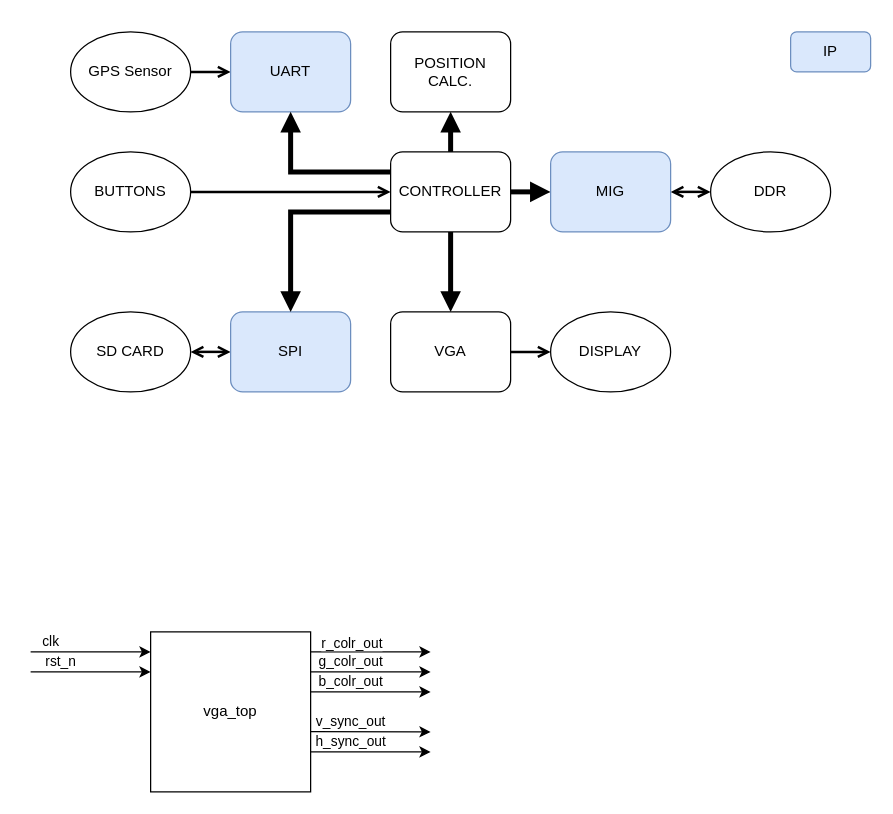
T-Szymk/VGA_Controller keeps this draw.io diagram as page "top_arch_V1" (1 of 2) of docs/top_lvl_block_diagram.drawio. Above is the earlier version. Source tidied: cells renumbered, new cells numbered last; positions are measured from the earlier drawing's top-left corner, leaving out a move shared by most shapes. Both pictures are drawn from the tidied source at 125%, with x=0, y=0 at pixel (30, 31).
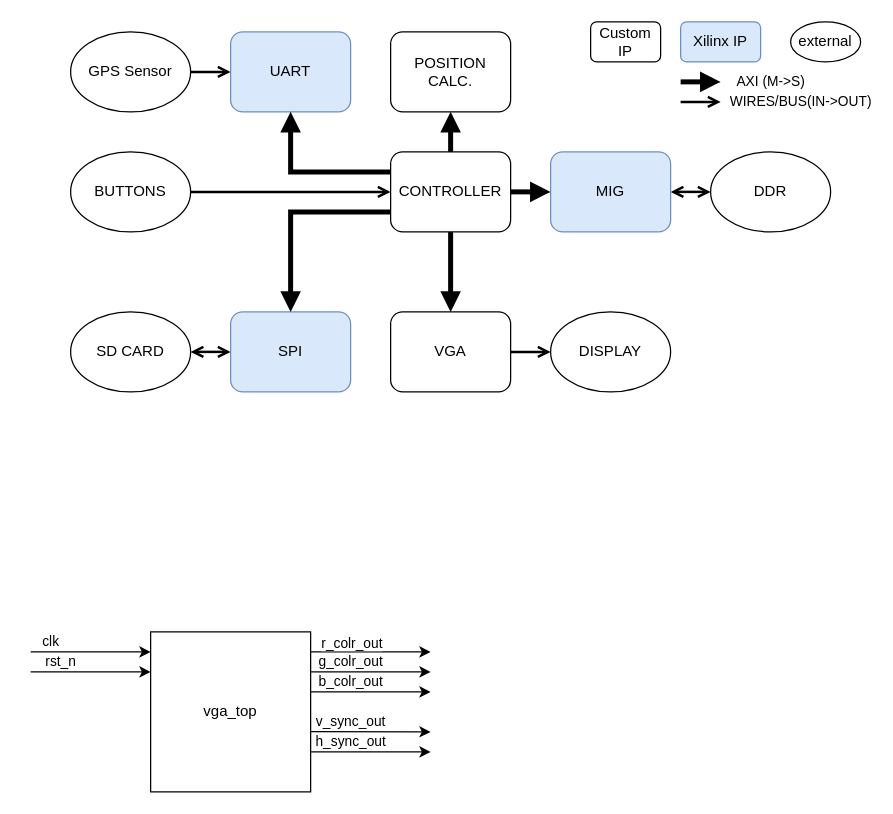
The same diagram, later.

Commit message:
updated architecture diagram

What changed in the source:
```diff
@@
-    <mxCell id="32" value="IP" style="rounded=1;whiteSpace=wrap;html=1;fillColor=#dae8fc;strokeColor=#6c8ebf;" parent="1" vertex="1">
-      <mxGeometry x="608" width="64" height="32" as="geometry" />
+    <mxCell id="32" value="Xilinx IP" style="rounded=1;whiteSpace=wrap;html=1;fillColor=#dae8fc;strokeColor=#6c8ebf;" parent="1" vertex="1">
+      <mxGeometry x="520" y="-8" width="64" height="32" as="geometry" />
     </mxCell>
+    <mxCell id="33" value="AXI (M-&amp;gt;S)" style="edgeStyle=orthogonalEdgeStyle;rounded=0;orthogonalLoop=1;jettySize=auto;html=1;entryX=0;entryY=0.5;entryDx=0;entryDy=0;strokeWidth=4;endArrow=block;endFill=1;exitX=1;exitY=0.5;exitDx=0;exitDy=0;" parent="1" edge="1">
+      <mxGeometry x="1" y="40" relative="1" as="geometry">
+        <mxPoint x="520" y="40" as="sourcePoint" />
+        <mxPoint x="552" y="40" as="targetPoint" />
+        <mxPoint x="40" y="40" as="offset" />
+      </mxGeometry>
+    </mxCell>
+    <mxCell id="34" value="WIRES/BUS(IN-&amp;gt;OUT)" style="edgeStyle=orthogonalEdgeStyle;rounded=0;orthogonalLoop=1;jettySize=auto;html=1;exitX=1;exitY=0.5;exitDx=0;exitDy=0;entryX=0;entryY=0.5;entryDx=0;entryDy=0;startArrow=none;startFill=0;endArrow=open;endFill=0;strokeWidth=2;" parent="1" edge="1">
+      <mxGeometry x="1" y="64" relative="1" as="geometry">
+        <mxPoint x="520" y="56" as="sourcePoint" />
+        <mxPoint x="552" y="56" as="targetPoint" />
+        <mxPoint x="64" y="64" as="offset" />
+      </mxGeometry>
+    </mxCell>
+    <mxCell id="35" value="external" style="ellipse;whiteSpace=wrap;html=1;" parent="1" vertex="1">
+      <mxGeometry x="608" y="-8" width="56" height="32" as="geometry" />
+    </mxCell>
+    <mxCell id="36" value="Custom IP" style="rounded=1;whiteSpace=wrap;html=1;" parent="1" vertex="1">
+      <mxGeometry x="448" y="-8" width="56" height="32" as="geometry" />
+    </mxCell>
```
